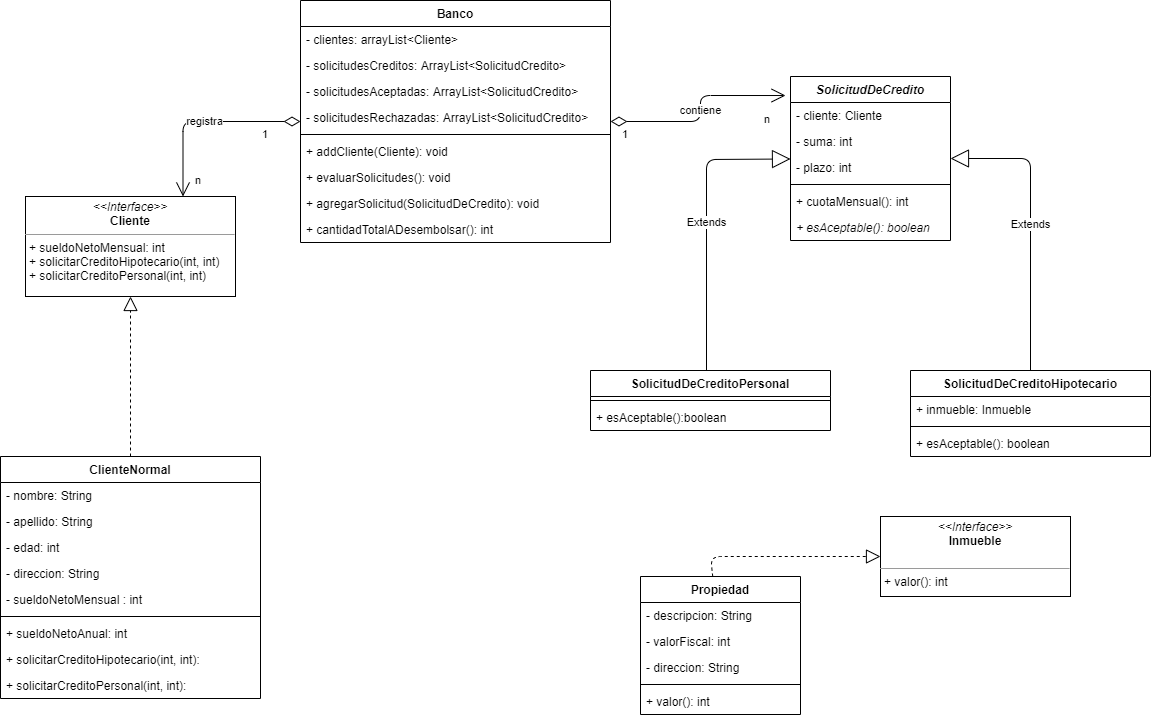
This is src/tp6/unq/bancoyprestamos/BancoyPrestamos-UML.png from CundariNicolas/unqui-poo2-cundari, a draw.io export, as it was before one commit. Source tidied: cells renumbered, new cells last; positions are measured from the earlier drawing's top-left corner, leaving out a move shared by most shapes.
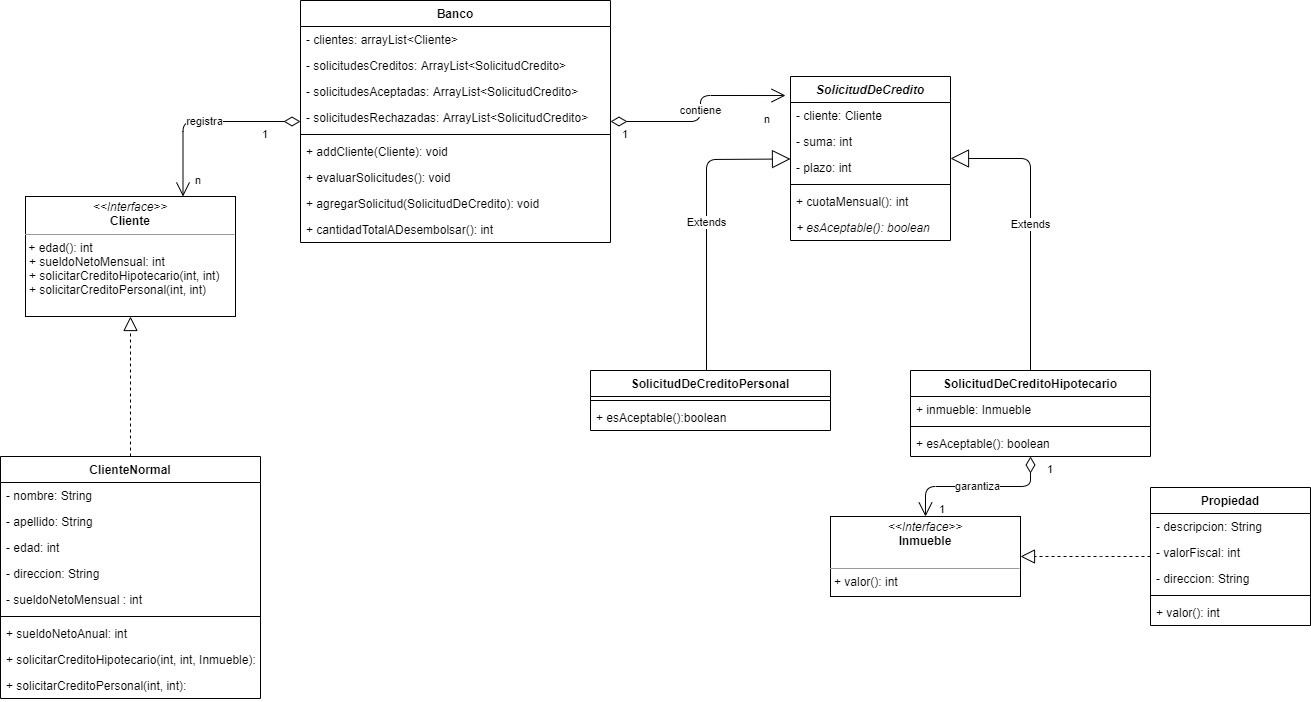
After the change.

Diff of the diagram source:
```diff
@@ -26,7 +26,7 @@
     <mxCell id="9" value="+ sueldoNetoAnual: int" style="text;strokeColor=none;fillColor=none;align=left;verticalAlign=top;spacingLeft=4;spacingRight=4;overflow=hidden;" parent="2" vertex="1">
       <mxGeometry y="164" width="260" height="26" as="geometry" />
     </mxCell>
-    <mxCell id="10" value="+ solicitarCreditoHipotecario(int, int): " style="text;strokeColor=none;fillColor=none;align=left;verticalAlign=top;spacingLeft=4;spacingRight=4;overflow=hidden;" parent="2" vertex="1">
+    <mxCell id="10" value="+ solicitarCreditoHipotecario(int, int, Inmueble): " style="text;strokeColor=none;fillColor=none;align=left;verticalAlign=top;spacingLeft=4;spacingRight=4;overflow=hidden;" parent="2" vertex="1">
       <mxGeometry y="190" width="260" height="26" as="geometry" />
     </mxCell>
     <mxCell id="11" value="+ solicitarCreditoPersonal(int, int): " style="text;strokeColor=none;fillColor=none;align=left;verticalAlign=top;spacingLeft=4;spacingRight=4;overflow=hidden;" parent="2" vertex="1">
@@ -83,8 +83,8 @@
     <mxCell id="28" value="+ esAceptable(): boolean" style="text;strokeColor=none;fillColor=none;align=left;verticalAlign=top;spacingLeft=4;spacingRight=4;overflow=hidden;fontStyle=2;" parent="22" vertex="1">
       <mxGeometry y="138" width="160" height="26" as="geometry" />
     </mxCell>
-    <mxCell id="29" value="&lt;p style=&quot;margin: 0px ; margin-top: 4px ; text-align: center&quot;&gt;&lt;i&gt;&amp;lt;&amp;lt;Interface&amp;gt;&amp;gt;&lt;/i&gt;&lt;br&gt;&lt;b&gt;Cliente&lt;/b&gt;&lt;/p&gt;&lt;hr size=&quot;1&quot;&gt;&lt;p style=&quot;margin: 0px ; margin-left: 4px&quot;&gt;+ sueldoNetoMensual: int&lt;br&gt;&lt;/p&gt;&lt;p style=&quot;margin: 0px ; margin-left: 4px&quot;&gt;+ solicitarCreditoHipotecario(int, int)&lt;/p&gt;&lt;p style=&quot;margin: 0px ; margin-left: 4px&quot;&gt;+ solicitarCreditoPersonal(int, int)&lt;/p&gt;" style="verticalAlign=top;align=left;overflow=fill;fontSize=12;fontFamily=Helvetica;html=1;" parent="1" vertex="1">
-      <mxGeometry x="25" y="196" width="210" height="100" as="geometry" />
+    <mxCell id="29" value="&lt;p style=&quot;margin: 0px ; margin-top: 4px ; text-align: center&quot;&gt;&lt;i&gt;&amp;lt;&amp;lt;Interface&amp;gt;&amp;gt;&lt;/i&gt;&lt;br&gt;&lt;b&gt;Cliente&lt;/b&gt;&lt;/p&gt;&lt;hr size=&quot;1&quot;&gt;&amp;nbsp;+ edad(): int&lt;br&gt;&lt;p style=&quot;margin: 0px ; margin-left: 4px&quot;&gt;+ sueldoNetoMensual: int&lt;br&gt;&lt;/p&gt;&lt;p style=&quot;margin: 0px ; margin-left: 4px&quot;&gt;+ solicitarCreditoHipotecario(int, int)&lt;/p&gt;&lt;p style=&quot;margin: 0px ; margin-left: 4px&quot;&gt;+ solicitarCreditoPersonal(int, int)&lt;/p&gt;" style="verticalAlign=top;align=left;overflow=fill;fontSize=12;fontFamily=Helvetica;html=1;" parent="1" vertex="1">
+      <mxGeometry x="25" y="196" width="210" height="120" as="geometry" />
     </mxCell>
     <mxCell id="30" style="endArrow=block;dashed=1;endFill=0;endSize=12;html=1;exitX=0.5;exitY=0;exitDx=0;exitDy=0;" parent="1" edge="1" source="2" target="29">
       <mxGeometry relative="1" as="geometry" />
@@ -152,10 +152,10 @@
       </mxGeometry>
     </mxCell>
     <mxCell id="46" value="&lt;p style=&quot;margin: 0px ; margin-top: 4px ; text-align: center&quot;&gt;&lt;i&gt;&amp;lt;&amp;lt;Interface&amp;gt;&amp;gt;&lt;/i&gt;&lt;br&gt;&lt;b&gt;Inmueble&lt;/b&gt;&lt;/p&gt;&lt;p style=&quot;margin: 0px ; margin-left: 4px&quot;&gt;&lt;br&gt;&lt;/p&gt;&lt;hr size=&quot;1&quot;&gt;&lt;p style=&quot;margin: 0px ; margin-left: 4px&quot;&gt;+ valor(): int&lt;br&gt;&lt;/p&gt;" style="verticalAlign=top;align=left;overflow=fill;fontSize=12;fontFamily=Helvetica;html=1;" parent="1" vertex="1">
-      <mxGeometry x="880" y="516" width="190" height="80" as="geometry" />
+      <mxGeometry x="830" y="516" width="190" height="80" as="geometry" />
     </mxCell>
     <mxCell id="47" value="Propiedad" style="swimlane;fontStyle=1;align=center;verticalAlign=top;horizontal=1;startSize=26;" parent="1" vertex="1">
-      <mxGeometry x="640" y="576" width="160" height="138" as="geometry" />
+      <mxGeometry x="1150" y="487" width="160" height="138" as="geometry" />
     </mxCell>
     <mxCell id="48" value="- descripcion: String" style="text;strokeColor=none;fillColor=none;align=left;verticalAlign=top;spacingLeft=4;spacingRight=4;overflow=hidden;" parent="47" vertex="1">
       <mxGeometry y="26" width="160" height="26" as="geometry" />
@@ -175,9 +175,22 @@
     <mxCell id="53" style="endArrow=block;dashed=1;endFill=0;endSize=12;html=1;" parent="1" edge="1" source="47" target="46">
       <mxGeometry relative="1" as="geometry">
         <Array as="points">
-          <mxPoint x="710" y="556" />
+          <mxPoint x="1110" y="556" />
         </Array>
       </mxGeometry>
     </mxCell>
+    <mxCell id="54" value="garantiza" style="endArrow=open;html=1;endSize=12;startArrow=diamondThin;startSize=14;startFill=0;edgeStyle=orthogonalEdgeStyle;" parent="1" edge="1" source="34" target="46">
+      <mxGeometry relative="1" as="geometry" />
+    </mxCell>
+    <mxCell id="55" value="1" style="edgeLabel;html=1;align=left;verticalAlign=top;" parent="54" vertex="1">
+      <mxGeometry x="-1" relative="1" as="geometry">
+        <mxPoint x="15" as="offset" />
+      </mxGeometry>
+    </mxCell>
+    <mxCell id="56" value="1" style="edgeLabel;html=1;align=right;verticalAlign=top;" parent="54" vertex="1">
+      <mxGeometry x="1" relative="1" as="geometry">
+        <mxPoint x="20" y="-20" as="offset" />
+      </mxGeometry>
+    </mxCell>
   </root>
 </mxGraphModel>
```
